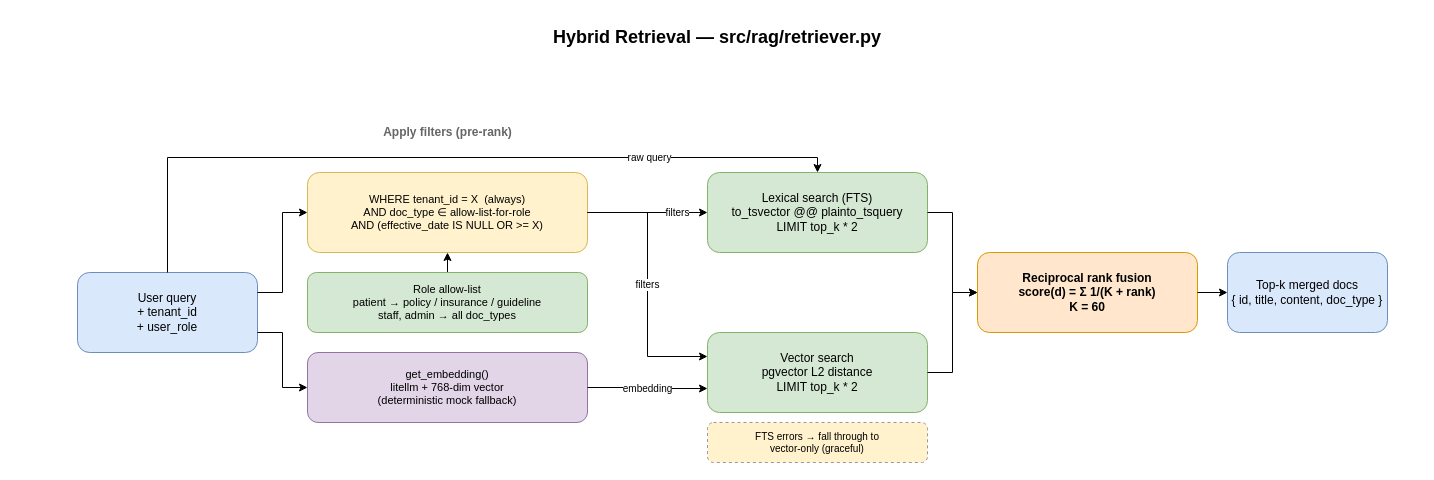
cuburt/multi-agent-rag keeps this draw.io diagram as docs/diagrams/retrieval.drawio. Above is the earlier version. Source tidied: cells renumbered, new cells numbered last; positions are measured from the earlier drawing's top-left corner, leaving out a move shared by most shapes. Both pictures are drawn from the tidied source at 100%, with x=0, y=0 at pixel (17, 17).
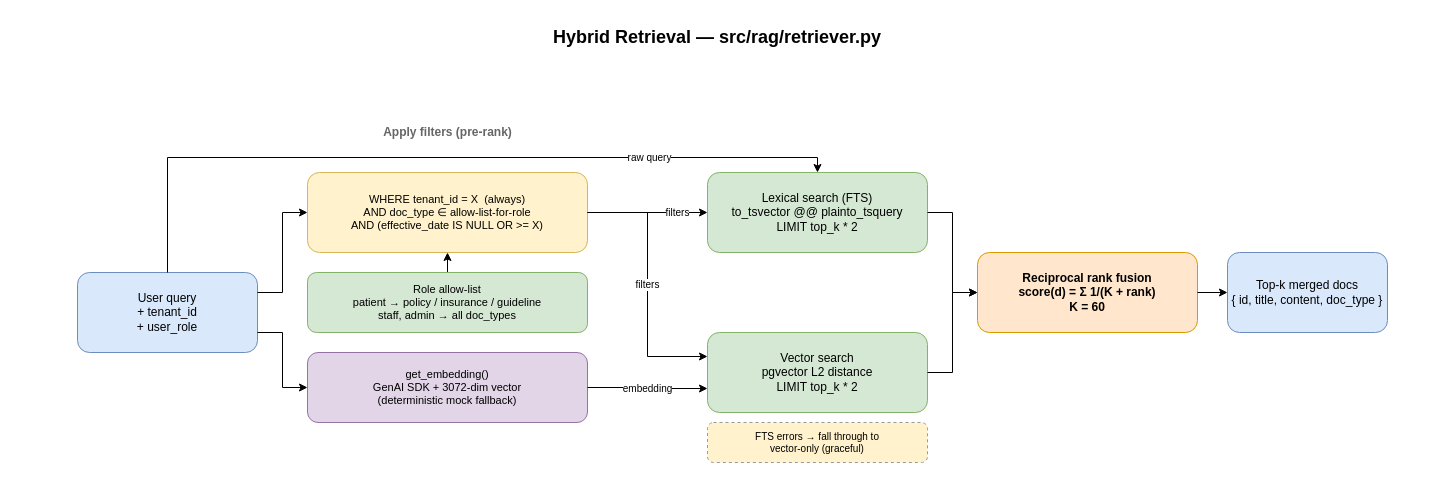
Above is the later version.

What changed in the source:
```diff
@@
-    <mxCell id="8" value="get_embedding()&#10;litellm + 768-dim vector&#10;(deterministic mock fallback)" style="rounded=1;whiteSpace=wrap;html=1;fillColor=#e1d5e7;strokeColor=#9673a6;fontSize=11;verticalAlign=middle;" parent="1" vertex="1">
+    <mxCell id="8" value="get_embedding()&#10;GenAI SDK + 3072-dim vector&#10;(deterministic mock fallback)" style="rounded=1;whiteSpace=wrap;html=1;fillColor=#e1d5e7;strokeColor=#9673a6;fontSize=11;verticalAlign=middle;" parent="1" vertex="1">
       <mxGeometry x="290" y="335" width="280" height="70" as="geometry" />
     </mxCell>
```
